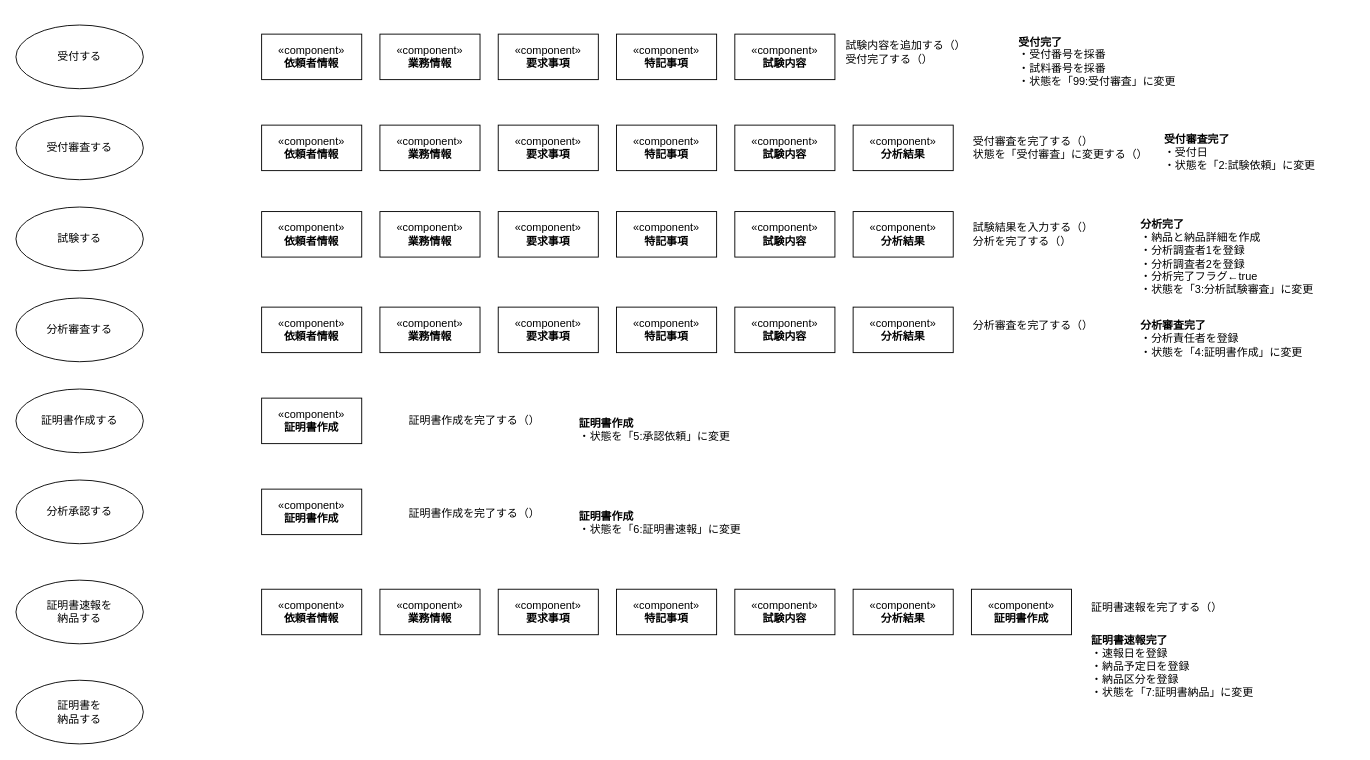
This is page "コンポーネント検討" (7 of 8) of NELAB.drawio from kaoru387/draw.io, a draw.io file, before an edit. Source tidied: cells renumbered, new cells numbered last; positions are measured from the earlier drawing's top-left corner, leaving out a move shared by most shapes. Both pictures are drawn from the tidied source at 91%, with x=0, y=0 at pixel (15, 15).
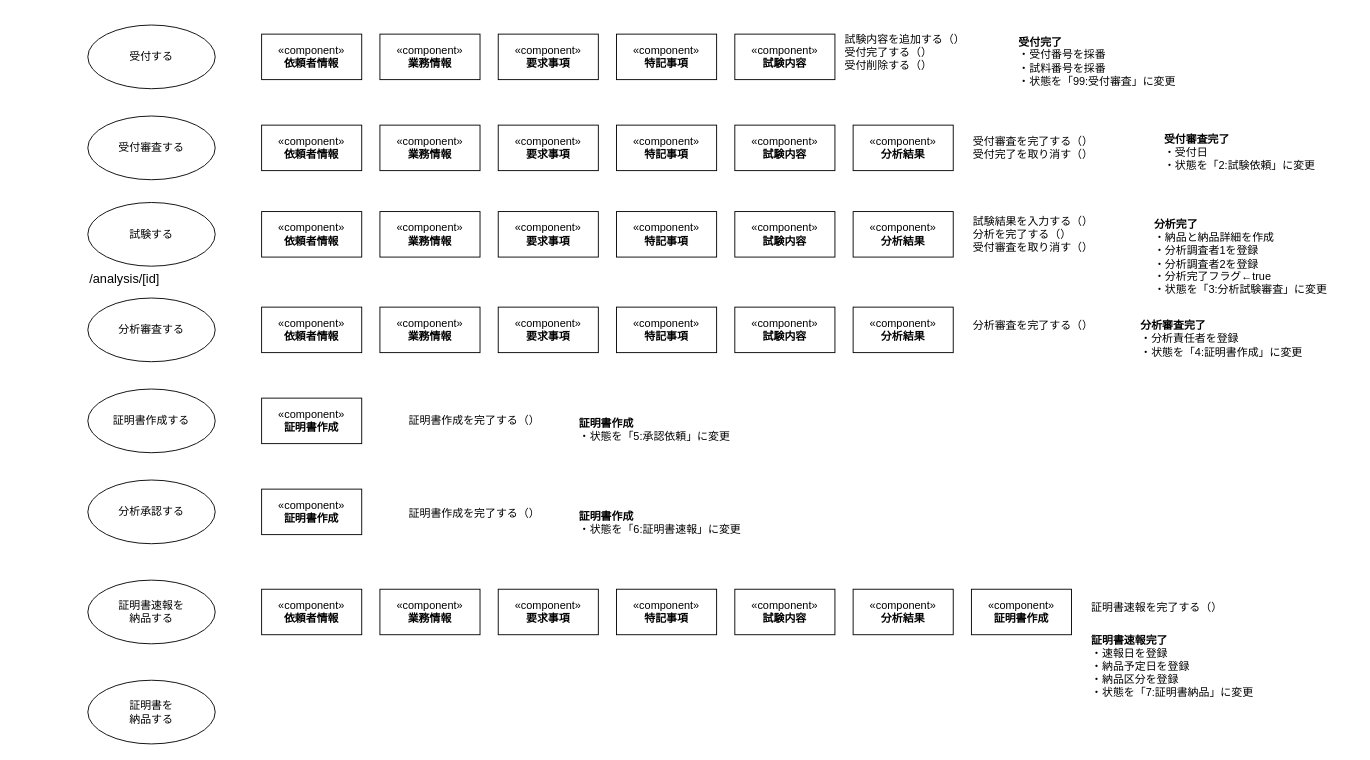
Above is the later version.

Commit message:
NELAB.drawio を更新します

Change to the diagram source:
```diff
@@
     <mxCell id="2" value="受付する" style="ellipse;whiteSpace=wrap;html=1;" parent="1" vertex="1">
-      <mxGeometry y="10" width="140" height="70" as="geometry" />
+      <mxGeometry x="79" y="10" width="140" height="70" as="geometry" />
     </mxCell>
     <mxCell id="3" value="試験する" style="ellipse;whiteSpace=wrap;html=1;" parent="1" vertex="1">
-      <mxGeometry y="210" width="140" height="70" as="geometry" />
+      <mxGeometry x="79" y="205" width="140" height="70" as="geometry" />
     </mxCell>
     <mxCell id="4" value="分析審査する" style="ellipse;whiteSpace=wrap;html=1;" parent="1" vertex="1">
-      <mxGeometry y="310" width="140" height="70" as="geometry" />
+      <mxGeometry x="79" y="310" width="140" height="70" as="geometry" />
     </mxCell>
     <mxCell id="5" value="受付審査する" style="ellipse;whiteSpace=wrap;html=1;" parent="1" vertex="1">
-      <mxGeometry y="110" width="140" height="70" as="geometry" />
+      <mxGeometry x="79" y="110" width="140" height="70" as="geometry" />
     </mxCell>
     <mxCell id="6" value="&lt;div&gt;分析承認する&lt;/div&gt;" style="ellipse;whiteSpace=wrap;html=1;" parent="1" vertex="1">
-      <mxGeometry y="510" width="140" height="70" as="geometry" />
+      <mxGeometry x="79" y="510" width="140" height="70" as="geometry" />
     </mxCell>
     <mxCell id="7" value="&lt;div&gt;証明書速報を&lt;/div&gt;&lt;div&gt;納品する&lt;/div&gt;" style="ellipse;whiteSpace=wrap;html=1;" parent="1" vertex="1">
-      <mxGeometry y="620" width="140" height="70" as="geometry" />
+      <mxGeometry x="79" y="620" width="140" height="70" as="geometry" />
     </mxCell>
@@
-    <mxCell id="26" value="&lt;div&gt;&lt;span style=&quot;background-color: initial;&quot;&gt;受付審査を完了する（）&lt;/span&gt;&lt;br&gt;&lt;/div&gt;&lt;div&gt;&lt;span style=&quot;background-color: initial;&quot;&gt;状態を&lt;/span&gt;&lt;span style=&quot;background-color: initial;&quot;&gt;「受付審査」に変更する（）&lt;/span&gt;&lt;br&gt;&lt;/div&gt;" style="text;html=1;align=left;verticalAlign=middle;whiteSpace=wrap;rounded=0;" parent="1" vertex="1">
+    <mxCell id="26" value="&lt;div&gt;&lt;span style=&quot;background-color: initial;&quot;&gt;受付審査を完了する（）&lt;/span&gt;&lt;br&gt;&lt;/div&gt;&lt;div&gt;受付完了を取り消す（）&lt;/div&gt;" style="text;html=1;align=left;verticalAlign=middle;whiteSpace=wrap;rounded=0;" parent="1" vertex="1">
       <mxGeometry x="1050" y="105" width="210" height="80" as="geometry" />
     </mxCell>
@@
-    <mxCell id="33" value="&lt;div&gt;&lt;span style=&quot;background-color: initial;&quot;&gt;試験結果を入力する（）&lt;/span&gt;&lt;/div&gt;&lt;div&gt;&lt;span style=&quot;background-color: initial;&quot;&gt;分析を完了する（）&lt;/span&gt;&lt;/div&gt;" style="text;html=1;align=left;verticalAlign=middle;whiteSpace=wrap;rounded=0;" parent="1" vertex="1">
+    <mxCell id="33" value="&lt;div&gt;&lt;span style=&quot;background-color: initial;&quot;&gt;試験結果を入力する（）&lt;/span&gt;&lt;/div&gt;&lt;div&gt;&lt;span style=&quot;background-color: initial;&quot;&gt;分析を完了する（）&lt;/span&gt;&lt;/div&gt;&lt;div&gt;&lt;span style=&quot;background-color: initial;&quot;&gt;受付審査を取り消す（）&lt;/span&gt;&lt;/div&gt;" style="text;html=1;align=left;verticalAlign=middle;whiteSpace=wrap;rounded=0;" parent="1" vertex="1">
       <mxGeometry x="1050" y="210" width="170" height="60" as="geometry" />
     </mxCell>
-    <mxCell id="34" value="&lt;div&gt;&lt;span style=&quot;background-color: initial;&quot;&gt;試験内容を追加する（）&lt;/span&gt;&lt;/div&gt;&lt;div&gt;&lt;span style=&quot;background-color: initial;&quot;&gt;受付完了する（）&lt;/span&gt;&lt;/div&gt;" style="text;html=1;align=left;verticalAlign=middle;whiteSpace=wrap;rounded=0;" parent="1" vertex="1">
-      <mxGeometry x="910" width="210" height="80" as="geometry" />
+    <mxCell id="34" value="&lt;div&gt;&lt;span style=&quot;background-color: initial;&quot;&gt;試験内容を追加する（）&lt;/span&gt;&lt;/div&gt;&lt;div&gt;&lt;span style=&quot;background-color: initial;&quot;&gt;受付完了する（）&lt;/span&gt;&lt;/div&gt;&lt;div&gt;&lt;span style=&quot;background-color: initial;&quot;&gt;受付削除する（）&lt;/span&gt;&lt;/div&gt;" style="text;html=1;align=left;verticalAlign=middle;whiteSpace=wrap;rounded=0;" parent="1" vertex="1">
+      <mxGeometry x="909" width="210" height="80" as="geometry" />
     </mxCell>
@@
     <mxCell id="36" value="&lt;div&gt;&lt;b&gt;分析完了&lt;/b&gt;&lt;/div&gt;&lt;div&gt;・納品と納品詳細を作成&lt;/div&gt;&lt;div&gt;・分析調査者1を登録&lt;/div&gt;&lt;div&gt;・分析調査者2を登録&lt;br&gt;&lt;/div&gt;&lt;div&gt;・分析完了フラグ←true&lt;/div&gt;&lt;div&gt;&lt;span style=&quot;background-color: initial;&quot;&gt;・状態を&lt;/span&gt;「3:分析試験審査」に変更&lt;/div&gt;" style="text;html=1;align=left;verticalAlign=middle;whiteSpace=wrap;rounded=0;" parent="1" vertex="1">
-      <mxGeometry x="1234" y="210" width="210" height="110" as="geometry" />
+      <mxGeometry x="1249" y="210" width="210" height="110" as="geometry" />
     </mxCell>
@@
     <mxCell id="41" value="証明書作成する" style="ellipse;whiteSpace=wrap;html=1;" parent="1" vertex="1">
-      <mxGeometry y="410" width="140" height="70" as="geometry" />
+      <mxGeometry x="79" y="410" width="140" height="70" as="geometry" />
     </mxCell>
@@
     <mxCell id="55" value="&lt;div&gt;証明書を&lt;/div&gt;&lt;div&gt;&lt;span style=&quot;background-color: initial;&quot;&gt;納品する&lt;/span&gt;&lt;/div&gt;" style="ellipse;whiteSpace=wrap;html=1;" parent="1" vertex="1">
-      <mxGeometry y="730" width="140" height="70" as="geometry" />
+      <mxGeometry x="79" y="730" width="140" height="70" as="geometry" />
     </mxCell>
+    <mxCell id="56" value="&lt;div style=&quot;font-size: 14px;&quot;&gt;&lt;span style=&quot;background-color: initial; font-size: 14px;&quot;&gt;/analysis/[id]&lt;/span&gt;&lt;/div&gt;" style="text;html=1;align=left;verticalAlign=middle;whiteSpace=wrap;rounded=0;fontSize=14;" parent="1" vertex="1">
+      <mxGeometry x="79" y="279" width="150" height="20" as="geometry" />
+    </mxCell>
```
